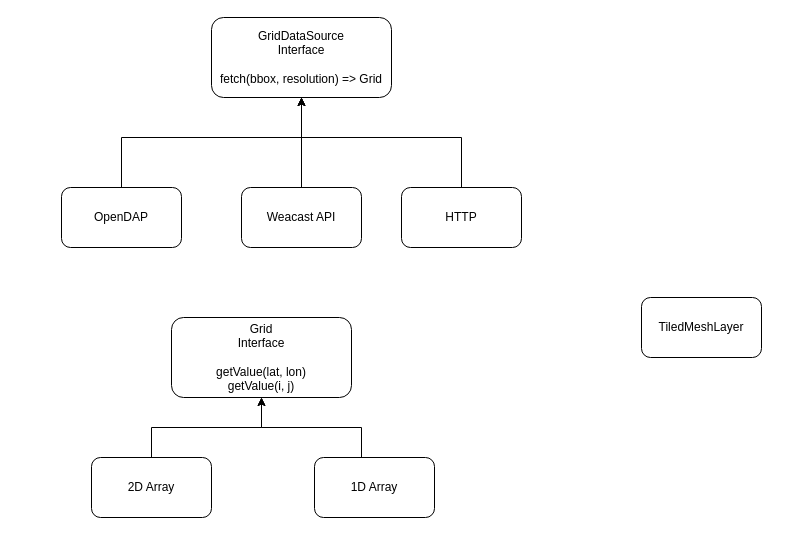
The draw.io diagram Untitled Diagram.drawio in claustres/diagrams, before the edit. Source tidied: cells renumbered, new cells numbered last; positions are measured from the earlier drawing's top-left corner, leaving out a move shared by most shapes. Both pictures are drawn from the tidied source at 100%, with x=0, y=0 at pixel (61, 17).
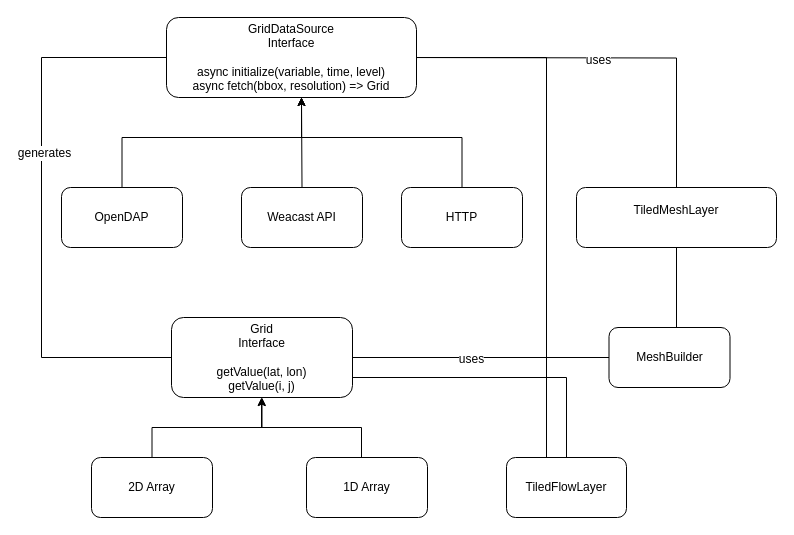
Above is the later version.

What changed in the source:
```diff
@@
+    <mxCell id="15" style="edgeStyle=orthogonalEdgeStyle;rounded=0;jettySize=auto;html=1;exitX=1;exitY=0.5;exitDx=0;exitDy=0;entryX=0.5;entryY=0;entryDx=0;entryDy=0;endArrow=none;endFill=0;" parent="1" edge="1" target="14">
+      <mxGeometry relative="1" as="geometry">
+        <mxPoint x="330" y="40" as="sourcePoint" />
+      </mxGeometry>
+    </mxCell>
+    <mxCell id="16" value="uses" style="text;html=1;align=center;verticalAlign=middle;labelBackgroundColor=#ffffff;" parent="15" vertex="1">
+      <mxGeometry y="-2" relative="1" as="geometry" />
+    </mxCell>
+    <mxCell id="17" style="edgeStyle=orthogonalEdgeStyle;rounded=0;jettySize=auto;html=1;exitX=0;exitY=0.5;exitDx=0;exitDy=0;entryX=0;entryY=0.5;entryDx=0;entryDy=0;endArrow=none;endFill=0;" parent="1" edge="1" target="3">
+      <mxGeometry relative="1" as="geometry">
+        <mxPoint x="150" y="40" as="sourcePoint" />
+        <Array as="points">
+          <mxPoint x="-20" y="40" />
+          <mxPoint x="-20" y="340" />
+        </Array>
+      </mxGeometry>
+    </mxCell>
+    <mxCell id="18" value="generates" style="text;html=1;align=center;verticalAlign=middle;labelBackgroundColor=#ffffff;" parent="17" vertex="1">
+      <mxGeometry x="-0.44" y="95" relative="1" as="geometry" />
+    </mxCell>
-    <mxCell id="2" value="GridDataSource&lt;br&gt;Interface&lt;br&gt;&lt;br&gt;fetch(bbox, resolution) =&amp;gt; Grid" style="rounded=1;whiteSpace=wrap;html=1;" parent="1" vertex="1">
-      <mxGeometry x="150" width="180" height="80" as="geometry" />
+    <mxCell id="2" value="GridDataSource&lt;br&gt;Interface&lt;br&gt;&lt;br&gt;async initialize(variable, time, level)&lt;br&gt;async fetch(bbox, resolution) =&amp;gt; Grid" style="rounded=1;whiteSpace=wrap;html=1;" parent="1" vertex="1">
+      <mxGeometry x="105" width="250" height="80" as="geometry" />
     </mxCell>
+    <mxCell id="19" style="edgeStyle=none;rounded=0;jettySize=auto;html=1;exitX=1;exitY=0.5;exitDx=0;exitDy=0;entryX=0;entryY=0.5;entryDx=0;entryDy=0;endArrow=none;endFill=0;" parent="1" edge="1" source="3" target="23">
+      <mxGeometry relative="1" as="geometry" />
+    </mxCell>
+    <mxCell id="20" value="uses" style="text;html=1;align=center;verticalAlign=middle;labelBackgroundColor=#ffffff;" parent="19" vertex="1">
+      <mxGeometry x="-0.08" y="-1" relative="1" as="geometry" />
+    </mxCell>
+    <mxCell id="21" style="edgeStyle=orthogonalEdgeStyle;rounded=0;jettySize=auto;html=1;exitX=1;exitY=0.5;exitDx=0;exitDy=0;entryX=0.5;entryY=0;entryDx=0;entryDy=0;endArrow=none;endFill=0;" parent="1" edge="1" source="3" target="25">
+      <mxGeometry relative="1" as="geometry">
+        <Array as="points">
+          <mxPoint x="291" y="360" />
+          <mxPoint x="505" y="360" />
+        </Array>
+      </mxGeometry>
+    </mxCell>
     <mxCell id="3" value="Grid&lt;br&gt;Interface&lt;br&gt;&lt;br&gt;getValue(lat, lon)&lt;br&gt;getValue(i, j)&lt;br&gt;" style="rounded=1;whiteSpace=wrap;html=1;" parent="1" vertex="1">
-      <mxGeometry x="110" y="300" width="180" height="80" as="geometry" />
+      <mxGeometry x="110" y="300" width="181" height="80" as="geometry" />
     </mxCell>
-    <mxCell id="4" style="edgeStyle=orthogonalEdgeStyle;rounded=0;jettySize=auto;html=1;exitX=0.5;exitY=0;exitDx=0;exitDy=0;" parent="1" edge="1" source="5" target="2">
+    <mxCell id="4" style="edgeStyle=orthogonalEdgeStyle;rounded=0;jettySize=auto;html=1;exitX=0.5;exitY=0;exitDx=0;exitDy=0;" parent="1" edge="1" source="5">
       <mxGeometry relative="1" as="geometry">
+        <mxPoint x="240" y="80" as="targetPoint" />
         <Array as="points">
           <mxPoint x="60" y="120" />
           <mxPoint x="240" y="120" />
         </Array>
       </mxGeometry>
     </mxCell>
     <mxCell id="5" value="OpenDAP" style="rounded=1;whiteSpace=wrap;html=1;" parent="1" vertex="1">
-      <mxGeometry y="170" width="120" height="60" as="geometry" />
+      <mxGeometry y="170" width="121" height="60" as="geometry" />
     </mxCell>
@@
     <mxCell id="7" value="Weacast API" style="rounded=1;whiteSpace=wrap;html=1;" parent="1" vertex="1">
-      <mxGeometry x="180" y="170" width="120" height="60" as="geometry" />
+      <mxGeometry x="180" y="170" width="121" height="60" as="geometry" />
     </mxCell>
-    <mxCell id="8" style="edgeStyle=orthogonalEdgeStyle;rounded=0;jettySize=auto;html=1;exitX=0.5;exitY=0;exitDx=0;exitDy=0;entryX=0.5;entryY=1;entryDx=0;entryDy=0;" parent="1" edge="1" source="9" target="2">
+    <mxCell id="8" style="edgeStyle=orthogonalEdgeStyle;rounded=0;jettySize=auto;html=1;exitX=0.5;exitY=0;exitDx=0;exitDy=0;entryX=0.5;entryY=1;entryDx=0;entryDy=0;" parent="1" edge="1" source="9">
       <mxGeometry relative="1" as="geometry">
+        <mxPoint x="240" y="80" as="targetPoint" />
         <Array as="points">
           <mxPoint x="400" y="120" />
           <mxPoint x="240" y="120" />
         </Array>
       </mxGeometry>
     </mxCell>
     <mxCell id="9" value="HTTP" style="rounded=1;whiteSpace=wrap;html=1;" parent="1" vertex="1">
-      <mxGeometry x="340" y="170" width="120" height="60" as="geometry" />
+      <mxGeometry x="340" y="170" width="121" height="60" as="geometry" />
     </mxCell>
@@
     <mxCell id="11" value="1D Array" style="rounded=1;whiteSpace=wrap;html=1;" parent="1" vertex="1">
-      <mxGeometry x="253" y="440" width="120" height="60" as="geometry" />
+      <mxGeometry x="245" y="440" width="121" height="60" as="geometry" />
     </mxCell>
@@
     <mxCell id="13" value="2D Array" style="rounded=1;whiteSpace=wrap;html=1;" parent="1" vertex="1">
-      <mxGeometry x="30" y="440" width="120" height="60" as="geometry" />
+      <mxGeometry x="30" y="440" width="121" height="60" as="geometry" />
     </mxCell>
+    <mxCell id="22" style="edgeStyle=orthogonalEdgeStyle;rounded=0;jettySize=auto;html=1;exitX=0.5;exitY=1;exitDx=0;exitDy=0;entryX=0.5;entryY=0;entryDx=0;entryDy=0;endArrow=none;endFill=0;" parent="1" edge="1" source="14" target="23">
+      <mxGeometry relative="1" as="geometry">
+        <Array as="points">
+          <mxPoint x="615" y="310" />
+        </Array>
+      </mxGeometry>
+    </mxCell>
-    <mxCell id="14" value="TiledMeshLayer" style="rounded=1;whiteSpace=wrap;html=1;" parent="1" vertex="1">
-      <mxGeometry x="580" y="280" width="120" height="60" as="geometry" />
+    <mxCell id="14" value="TiledMeshLayer&lt;br&gt;&lt;br&gt;" style="rounded=1;whiteSpace=wrap;html=1;" parent="1" vertex="1">
+      <mxGeometry x="515" y="170" width="200" height="60" as="geometry" />
     </mxCell>
+    <mxCell id="23" value="MeshBuilder" style="rounded=1;whiteSpace=wrap;html=1;" parent="1" vertex="1">
+      <mxGeometry x="547.5" y="310" width="121" height="60" as="geometry" />
+    </mxCell>
+    <mxCell id="24" style="edgeStyle=orthogonalEdgeStyle;rounded=0;jettySize=auto;html=1;exitX=0.5;exitY=0;exitDx=0;exitDy=0;entryX=1;entryY=0.5;entryDx=0;entryDy=0;endArrow=none;endFill=0;" parent="1" edge="1" source="25" target="2">
+      <mxGeometry relative="1" as="geometry">
+        <Array as="points">
+          <mxPoint x="485" y="470" />
+          <mxPoint x="485" y="40" />
+        </Array>
+      </mxGeometry>
+    </mxCell>
+    <mxCell id="25" value="TiledFlowLayer" style="rounded=1;whiteSpace=wrap;html=1;" parent="1" vertex="1">
+      <mxGeometry x="445" y="440" width="120" height="60" as="geometry" />
+    </mxCell>
```
